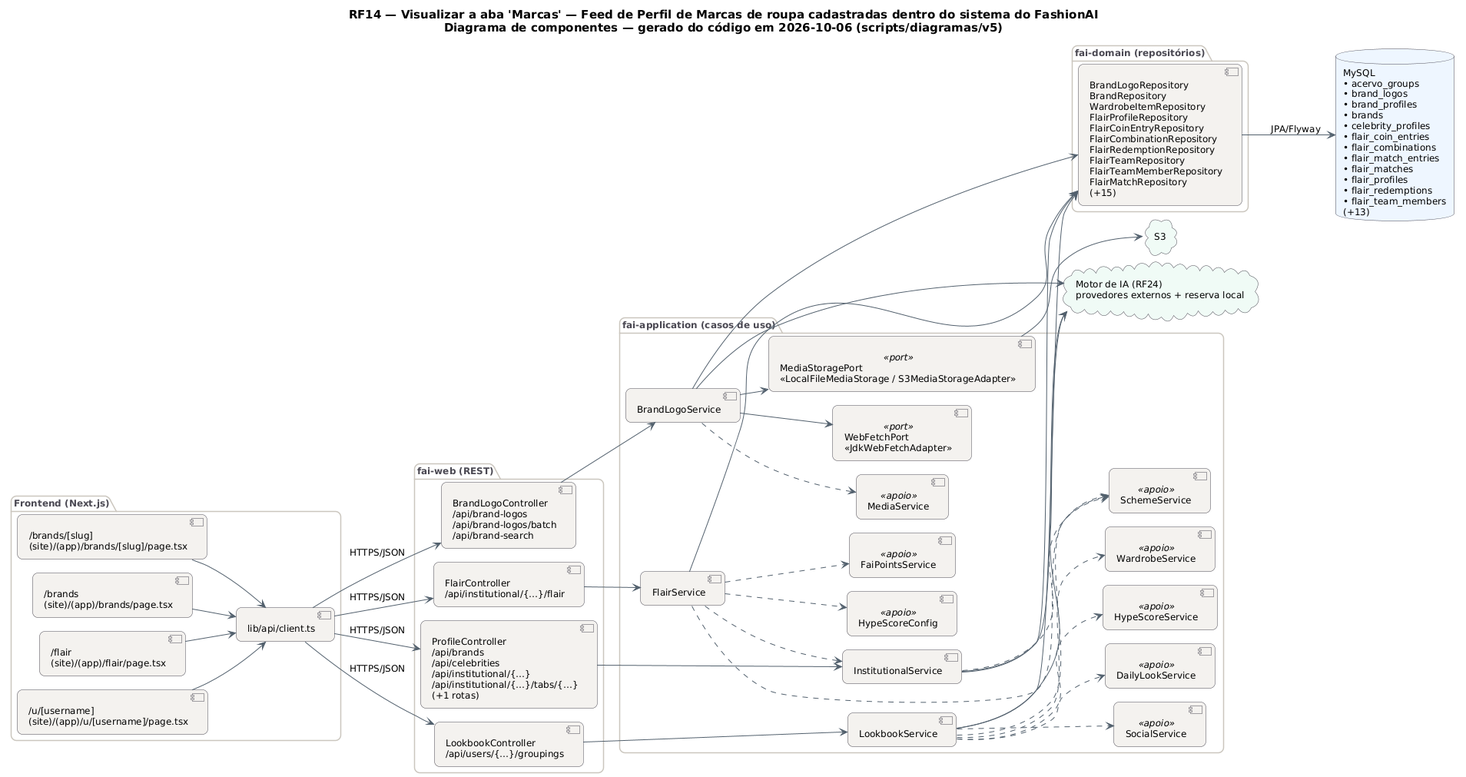
Earlier version of the PlantUML export docs/diagramas/RF14/RF14_Componentes.png (MatheusHaliski/tcc-2026-fashion-ai-backend). Source of this version:
```plantuml
@startuml RF14_Componentes
!pragma layout smetana
skinparam backgroundColor #FFFFFF
skinparam shadowing false
skinparam defaultFontName "DejaVu Sans"
skinparam defaultFontSize 12
skinparam titleFontSize 15
skinparam roundcorner 14
skinparam ArrowColor #52606D
skinparam note {
  BackgroundColor #FFFDEB
  BorderColor #D8CE78
  FontColor #554F24
}
skinparam component {
  BackgroundColor #F4F2EF
  BorderColor #4A4852
}
skinparam package {
  BorderColor #CBC6BE
  FontColor #4A4852
}
skinparam database {
  BackgroundColor #EEF6FF
  BorderColor #4A4852
}
skinparam cloud {
  BackgroundColor #F0FBF6
  BorderColor #4A4852
}
left to right direction
title RF14 — Visualizar a aba 'Marcas' — Feed de Perfil de Marcas de roupa cadastradas dentro do sistema do FashionAI\nDiagrama de componentes — gerado do código em 2026-10-06 (scripts/diagramas/v5)

package "Frontend (Next.js)" {
  component "/brands/[slug]\n(site)/(app)/brands/[slug]/page.tsx" as FE0
  component "/brands\n(site)/(app)/brands/page.tsx" as FE1
  component "/flair\n(site)/(app)/flair/page.tsx" as FE2
  component "/u/[username]\n(site)/(app)/u/[username]/page.tsx" as FE3
  component "lib/api/client.ts" as APIC
}
package "fai-web (REST)" {
  component "BrandLogoController\n/api/brand-logos\n/api/brand-logos/batch\n/api/brand-search" as BrandLogoController
  component "FlairController\n/api/institutional/{…}/flair" as FlairController
  component "LookbookController\n/api/users/{…}/groupings" as LookbookController
  component "ProfileController\n/api/brands\n/api/celebrities\n/api/institutional/{…}\n/api/institutional/{…}/tabs/{…}\n(+1 rotas)" as ProfileController
}
package "fai-application (casos de uso)" {
  component "BrandLogoService" as BrandLogoService
  component "FlairService" as FlairService
  component "LookbookService" as LookbookService
  component "InstitutionalService" as InstitutionalService
  component "MediaService" as MediaService <<apoio>>
  component "SchemeService" as SchemeService <<apoio>>
  component "FaiPointsService" as FaiPointsService <<apoio>>
  component "HypeScoreConfig" as HypeScoreConfig <<apoio>>
  component "WardrobeService" as WardrobeService <<apoio>>
  component "SocialService" as SocialService <<apoio>>
  component "DailyLookService" as DailyLookService <<apoio>>
  component "HypeScoreService" as HypeScoreService <<apoio>>
  component "WebFetchPort\n«JdkWebFetchAdapter»" as WebFetchPort <<port>>
  component "MediaStoragePort\n«LocalFileMediaStorage / S3MediaStorageAdapter»" as MediaStoragePort <<port>>
}
package "fai-domain (repositórios)" {
  component "BrandLogoRepository\nBrandRepository\nWardrobeItemRepository\nFlairProfileRepository\nFlairCoinEntryRepository\nFlairCombinationRepository\nFlairRedemptionRepository\nFlairTeamRepository\nFlairTeamMemberRepository\nFlairMatchRepository\n(+15)" as REPO_MySQL
}
database "MySQL\n• acervo_groups\n• brand_logos\n• brand_profiles\n• brands\n• celebrity_profiles\n• flair_coin_entries\n• flair_combinations\n• flair_match_entries\n• flair_matches\n• flair_profiles\n• flair_redemptions\n• flair_team_members\n(+13)" as DB_MySQL
cloud "Motor de IA (RF24)\nprovedores externos + reserva local" as AI
cloud "S3" as CL_S3
APIC --> BrandLogoController : HTTPS/JSON
APIC --> FlairController : HTTPS/JSON
APIC --> LookbookController : HTTPS/JSON
APIC --> ProfileController : HTTPS/JSON
BrandLogoController --> BrandLogoService
BrandLogoService --> AI
BrandLogoService --> MediaStoragePort
BrandLogoService --> REPO_MySQL
BrandLogoService --> WebFetchPort
BrandLogoService ..> MediaService
FE0 --> APIC
FE1 --> APIC
FE2 --> APIC
FE3 --> APIC
FlairController --> FlairService
FlairService --> REPO_MySQL
FlairService ..> FaiPointsService
FlairService ..> HypeScoreConfig
FlairService ..> InstitutionalService
FlairService ..> SchemeService
InstitutionalService --> AI
InstitutionalService --> REPO_MySQL
InstitutionalService ..> SchemeService
LookbookController --> LookbookService
LookbookService --> AI
LookbookService --> REPO_MySQL
LookbookService ..> DailyLookService
LookbookService ..> HypeScoreService
LookbookService ..> SchemeService
LookbookService ..> SocialService
LookbookService ..> WardrobeService
MediaStoragePort --> CL_S3
ProfileController --> InstitutionalService
REPO_MySQL --> DB_MySQL : JPA/Flyway
@enduml
```
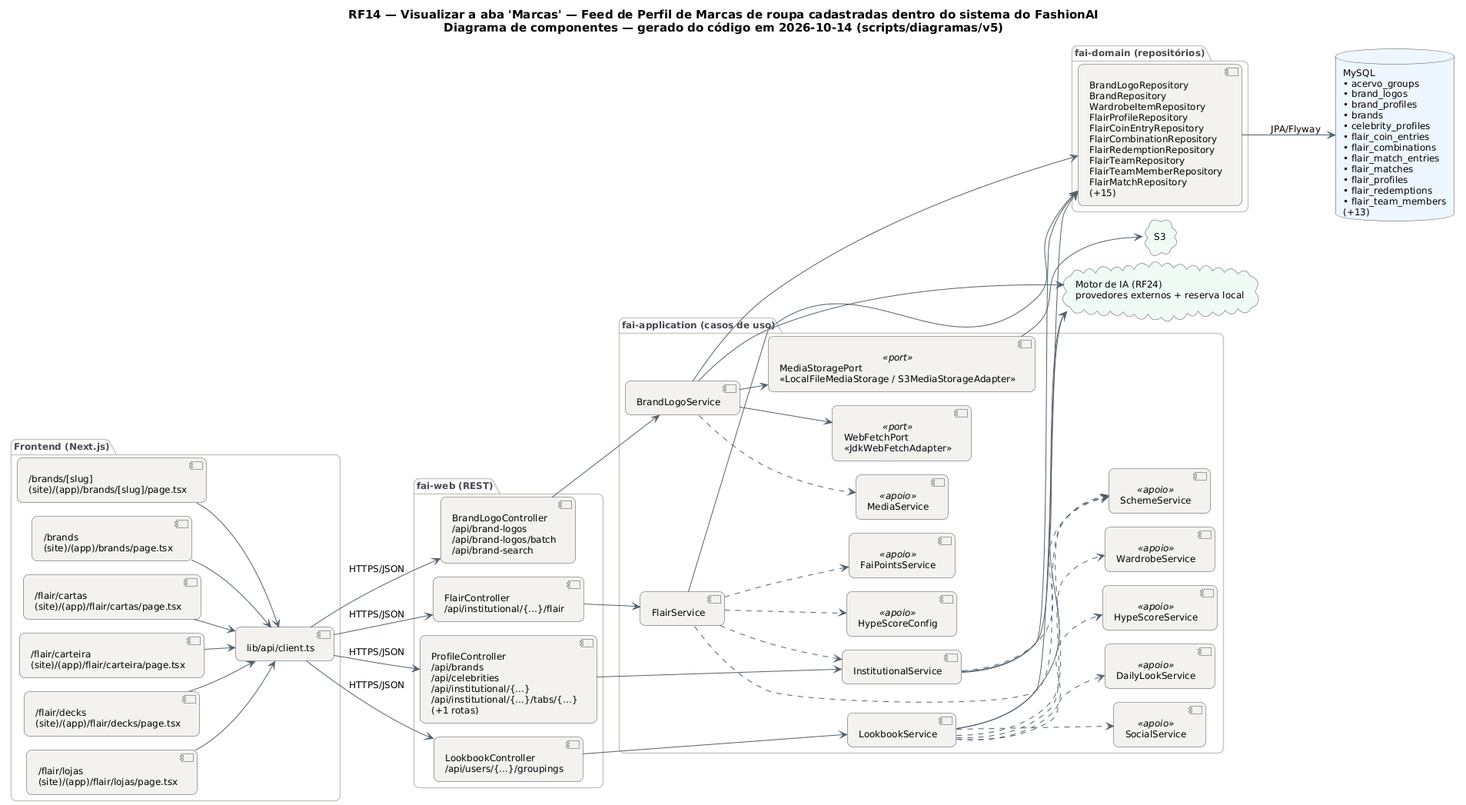
After the commit.

What changed in the source:
```diff
@@ -29,13 +29,15 @@
   BorderColor #4A4852
 }
 left to right direction
-title RF14 — Visualizar a aba 'Marcas' — Feed de Perfil de Marcas de roupa cadastradas dentro do sistema do FashionAI\nDiagrama de componentes — gerado do código em 2026-10-06 (scripts/diagramas/v5)
+title RF14 — Visualizar a aba 'Marcas' — Feed de Perfil de Marcas de roupa cadastradas dentro do sistema do FashionAI\nDiagrama de componentes — gerado do código em 2026-10-14 (scripts/diagramas/v5)
 
 package "Frontend (Next.js)" {
   component "/brands/[slug]\n(site)/(app)/brands/[slug]/page.tsx" as FE0
   component "/brands\n(site)/(app)/brands/page.tsx" as FE1
-  component "/flair\n(site)/(app)/flair/page.tsx" as FE2
-  component "/u/[username]\n(site)/(app)/u/[username]/page.tsx" as FE3
+  component "/flair/cartas\n(site)/(app)/flair/cartas/page.tsx" as FE2
+  component "/flair/carteira\n(site)/(app)/flair/carteira/page.tsx" as FE3
+  component "/flair/decks\n(site)/(app)/flair/decks/page.tsx" as FE4
+  component "/flair/lojas\n(site)/(app)/flair/lojas/page.tsx" as FE5
   component "lib/api/client.ts" as APIC
 }
 package "fai-web (REST)" {
@@ -80,6 +82,8 @@
 FE1 --> APIC
 FE2 --> APIC
 FE3 --> APIC
+FE4 --> APIC
+FE5 --> APIC
 FlairController --> FlairService
 FlairService --> REPO_MySQL
 FlairService ..> FaiPointsService
```
